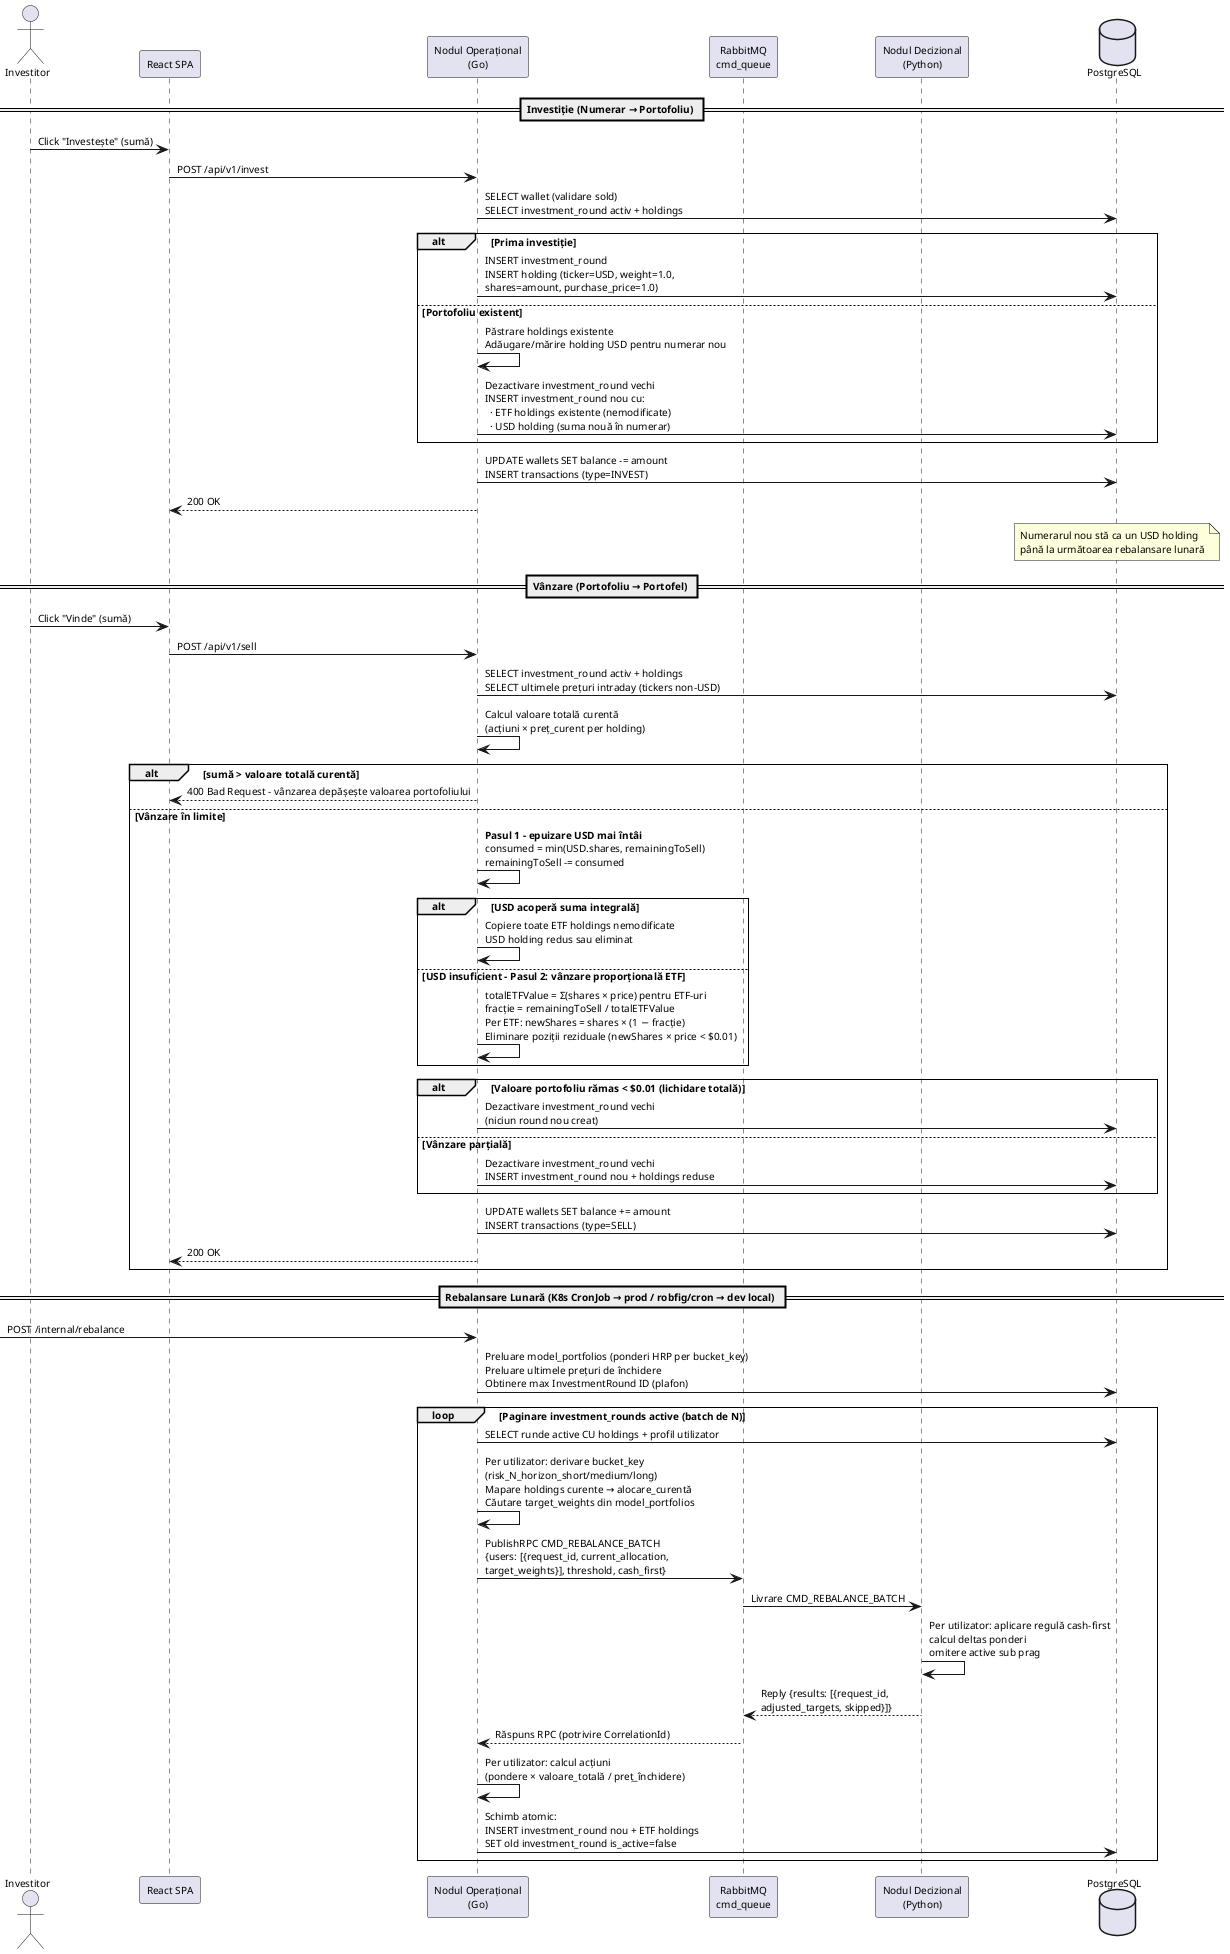
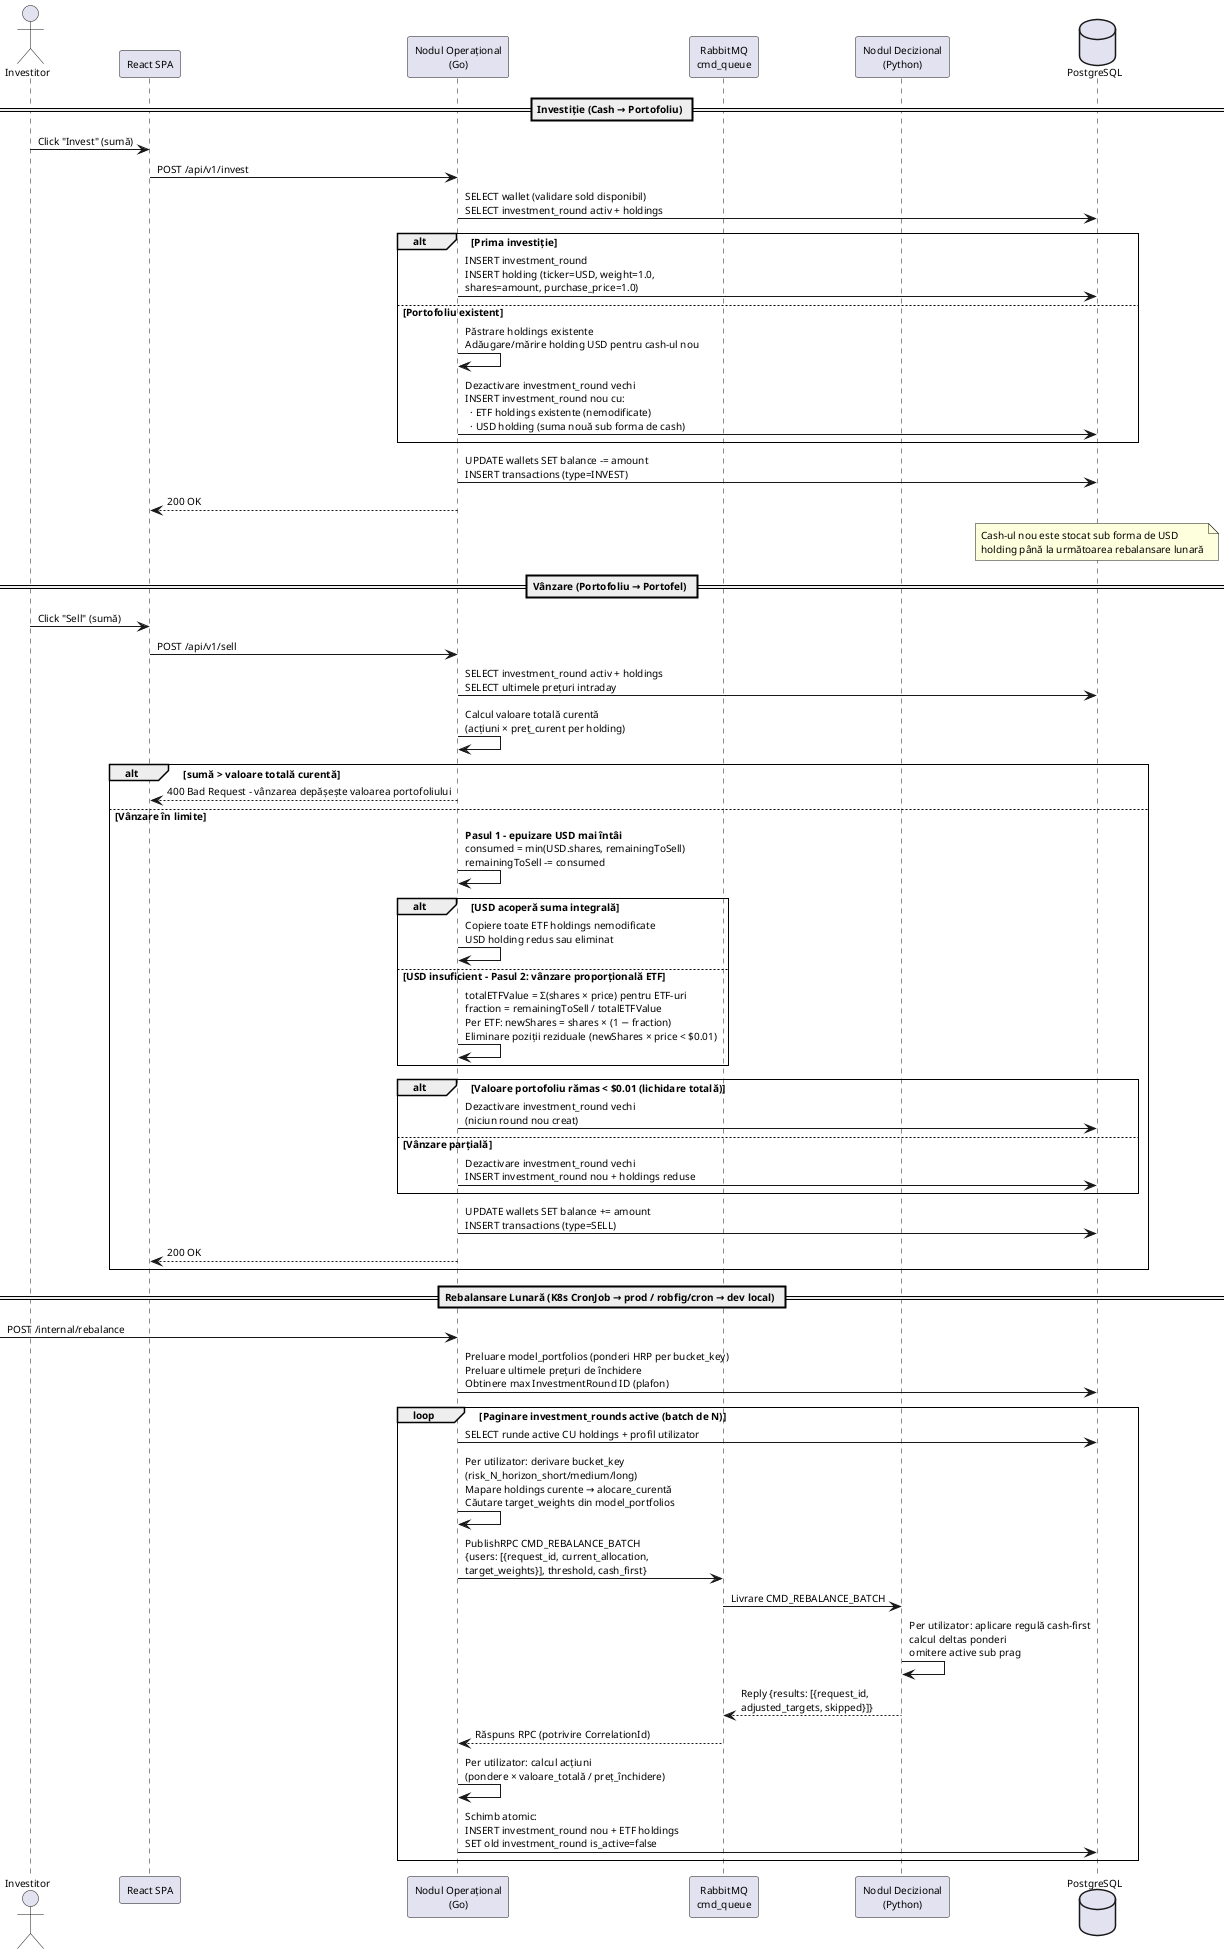
@startuml InvestPilot-Sequence-Investment-RO
skinparam defaultFontSize 10
skinparam defaultFontName Arial
skinparam sequenceArrowThickness 1
skinparam sequenceGroupBorderThickness 1

actor "Investitor" as User
participant "React SPA" as SPA
participant "Nodul Operațional\n(Go)" as Go
participant "RabbitMQ\ncmd_queue" as MQ
participant "Nodul Decizional\n(Python)" as Python
database "PostgreSQL" as DB


- == Investiție (Numerar → Portofoliu) ==
+ == Investiție (Cash → Portofoliu) ==

- User -> SPA : Click "Investește" (sumă)
+ User -> SPA : Click "Invest" (sumă)
SPA -> Go : POST /api/v1/invest
- Go -> DB : SELECT wallet (validare sold)\nSELECT investment_round activ + holdings
+ Go -> DB : SELECT wallet (validare sold disponibil)\nSELECT investment_round activ + holdings

alt Prima investiție
    Go -> DB : INSERT investment_round\nINSERT holding (ticker=USD, weight=1.0,\nshares=amount, purchase_price=1.0)
else Portofoliu existent
-     Go -> Go : Păstrare holdings existente\nAdăugare/mărire holding USD pentru numerar nou
-     Go -> DB : Dezactivare investment_round vechi\nINSERT investment_round nou cu:\n  · ETF holdings existente (nemodificate)\n  · USD holding (suma nouă în numerar)
+     Go -> Go : Păstrare holdings existente\nAdăugare/mărire holding USD pentru cash-ul nou
+     Go -> DB : Dezactivare investment_round vechi\nINSERT investment_round nou cu:\n  · ETF holdings existente (nemodificate)\n  · USD holding (suma nouă sub forma de cash)
end

Go -> DB : UPDATE wallets SET balance -= amount\nINSERT transactions (type=INVEST)
Go --> SPA : 200 OK

- note over DB : Numerarul nou stă ca un USD holding\npână la următoarea rebalansare lunară
+ note over DB : Cash-ul nou este stocat sub forma de USD\nholding până la următoarea rebalansare lunară

== Vânzare (Portofoliu → Portofel) ==

- User -> SPA : Click "Vinde" (sumă)
+ User -> SPA : Click "Sell" (sumă)
SPA -> Go : POST /api/v1/sell
- Go -> DB : SELECT investment_round activ + holdings\nSELECT ultimele prețuri intraday (tickers non-USD)
+ Go -> DB : SELECT investment_round activ + holdings\nSELECT ultimele prețuri intraday
Go -> Go : Calcul valoare totală curentă\n(acțiuni × preț_curent per holding)

alt sumă > valoare totală curentă
    Go --> SPA : 400 Bad Request - vânzarea depășește valoarea portofoliului
else Vânzare în limite
    Go -> Go : **Pasul 1 - epuizare USD mai întâi**\nconsumed = min(USD.shares, remainingToSell)\nremainingToSell -= consumed

    alt USD acoperă suma integrală
        Go -> Go : Copiere toate ETF holdings nemodificate\nUSD holding redus sau eliminat
    else USD insuficient - Pasul 2: vânzare proporțională ETF
-         Go -> Go : totalETFValue = Σ(shares × price) pentru ETF-uri\nfracție = remainingToSell / totalETFValue\nPer ETF: newShares = shares × (1 − fracție)\nEliminare poziții reziduale (newShares × price < $0.01)
+         Go -> Go : totalETFValue = Σ(shares × price) pentru ETF-uri\nfraction = remainingToSell / totalETFValue\nPer ETF: newShares = shares × (1 − fraction)\nEliminare poziții reziduale (newShares × price < $0.01)
    end

    alt Valoare portofoliu rămas < $0.01 (lichidare totală)
        Go -> DB : Dezactivare investment_round vechi\n(niciun round nou creat)
    else Vânzare parțială
        Go -> DB : Dezactivare investment_round vechi\nINSERT investment_round nou + holdings reduse
    end

    Go -> DB : UPDATE wallets SET balance += amount\nINSERT transactions (type=SELL)
    Go --> SPA : 200 OK
end

== Rebalansare Lunară (K8s CronJob → prod / robfig/cron → dev local) ==

[-> Go : POST /internal/rebalance

Go -> DB : Preluare model_portfolios (ponderi HRP per bucket_key)\nPreluare ultimele prețuri de închidere\nObtinere max InvestmentRound ID (plafon)

loop Paginare investment_rounds active (batch de N)
    Go -> DB : SELECT runde active CU holdings + profil utilizator
    Go -> Go : Per utilizator: derivare bucket_key\n(risk_N_horizon_short/medium/long)\nMapare holdings curente → alocare_curentă\nCăutare target_weights din model_portfolios
    Go -> MQ : PublishRPC CMD_REBALANCE_BATCH\n{users: [{request_id, current_allocation,\ntarget_weights}], threshold, cash_first}
    MQ -> Python : Livrare CMD_REBALANCE_BATCH
    Python -> Python : Per utilizator: aplicare regulă cash-first\ncalcul deltas ponderi\nomitere active sub prag
    Python --> MQ : Reply {results: [{request_id,\nadjusted_targets, skipped}]}
    MQ --> Go : Răspuns RPC (potrivire CorrelationId)
    Go -> Go : Per utilizator: calcul acțiuni\n(pondere × valoare_totală / preț_închidere)
    Go -> DB : Schimb atomic:\nINSERT investment_round nou + ETF holdings\nSET old investment_round is_active=false
end

@enduml
